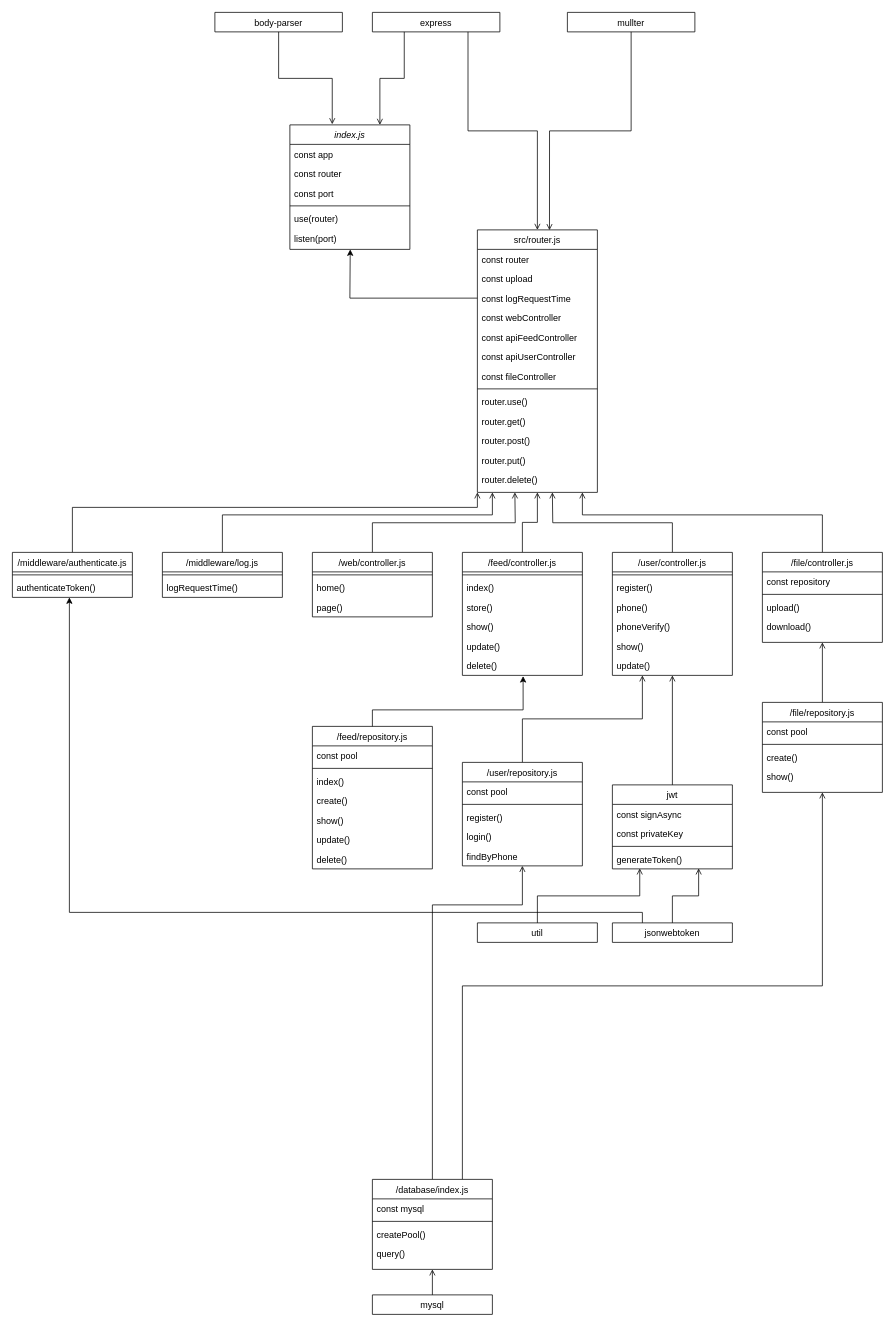
Above: carrot_server/diagram/carrot_backend_server.drawio in seungiloh5/tutorial_fullstack_dev (draw.io), before the change. Source tidied: cells renumbered, new cells numbered last; positions are measured from the earlier drawing's top-left corner, leaving out a move shared by most shapes. Both pictures are drawn from the tidied source at 75%, with x=0, y=0 at pixel (12, 12).
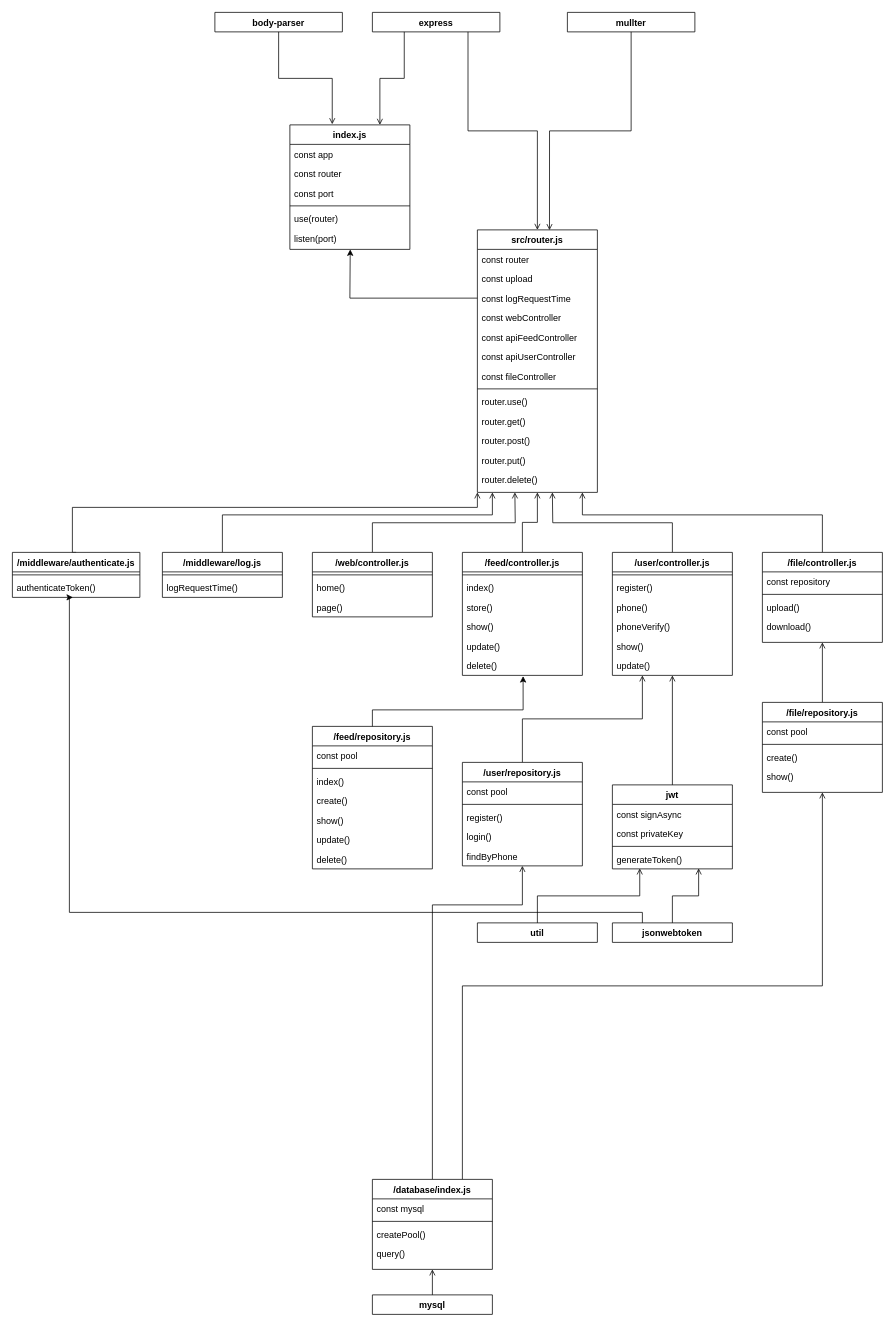
Above is the later version.

Change to the diagram source:
```diff
@@
-    <mxCell id="2" value="index.js" style="swimlane;fontStyle=2;align=center;verticalAlign=top;horizontal=1;startSize=26;rounded=0;shadow=0;strokeWidth=1;" parent="1" vertex="1">
+    <mxCell id="2" value="index.js" style="swimlane;fontStyle=1;align=center;verticalAlign=top;horizontal=1;startSize=26;rounded=0;shadow=0;strokeWidth=1;" parent="1" vertex="1">
       <mxGeometry x="370" y="150" width="160" height="166" as="geometry" />
     </mxCell>
@@
-    <mxCell id="10" value="/web/controller.js" style="swimlane;fontStyle=0;align=center;verticalAlign=top;horizontal=1;startSize=26;rounded=0;shadow=0;strokeWidth=1;" parent="1" vertex="1">
+    <mxCell id="10" value="/web/controller.js" style="swimlane;fontStyle=1;align=center;verticalAlign=top;horizontal=1;startSize=26;rounded=0;shadow=0;strokeWidth=1;" parent="1" vertex="1">
       <mxGeometry x="400" y="720" width="160" height="86" as="geometry" />
     </mxCell>
@@
-    <mxCell id="14" value="src/router.js" style="swimlane;fontStyle=0;align=center;verticalAlign=top;horizontal=1;startSize=26;rounded=0;shadow=0;strokeWidth=1;" parent="1" vertex="1">
+    <mxCell id="14" value="src/router.js" style="swimlane;fontStyle=1;align=center;verticalAlign=top;horizontal=1;startSize=26;rounded=0;shadow=0;strokeWidth=1;" parent="1" vertex="1">
       <mxGeometry x="620" y="290" width="160" height="350" as="geometry" />
     </mxCell>
@@
-    <mxCell id="28" value="express" style="swimlane;fontStyle=0;align=center;verticalAlign=top;horizontal=1;startSize=26;rounded=0;shadow=0;strokeWidth=1;" parent="1" vertex="1" collapsed="1">
+    <mxCell id="28" value="express" style="swimlane;fontStyle=1;align=center;verticalAlign=top;horizontal=1;startSize=26;rounded=0;shadow=0;strokeWidth=1;" parent="1" vertex="1" collapsed="1">
       <mxGeometry x="480" width="170" height="26" as="geometry" />
     </mxCell>
-    <mxCell id="29" value="body-parser" style="swimlane;fontStyle=0;align=center;verticalAlign=top;horizontal=1;startSize=26;rounded=0;shadow=0;strokeWidth=1;" parent="1" vertex="1" collapsed="1">
+    <mxCell id="29" value="body-parser" style="swimlane;fontStyle=1;align=center;verticalAlign=top;horizontal=1;startSize=26;rounded=0;shadow=0;strokeWidth=1;" parent="1" vertex="1" collapsed="1">
       <mxGeometry x="270" width="170" height="26" as="geometry" />
     </mxCell>
@@
-    <mxCell id="35" value="/feed/controller.js" style="swimlane;fontStyle=0;align=center;verticalAlign=top;horizontal=1;startSize=26;rounded=0;shadow=0;strokeWidth=1;" parent="1" vertex="1">
+    <mxCell id="35" value="/feed/controller.js" style="swimlane;fontStyle=1;align=center;verticalAlign=top;horizontal=1;startSize=26;rounded=0;shadow=0;strokeWidth=1;" parent="1" vertex="1">
       <mxGeometry x="600" y="720" width="160" height="164" as="geometry" />
     </mxCell>
@@
-    <mxCell id="43" value="/user/controller.js" style="swimlane;fontStyle=0;align=center;verticalAlign=top;horizontal=1;startSize=26;rounded=0;shadow=0;strokeWidth=1;" parent="1" vertex="1">
+    <mxCell id="43" value="/user/controller.js" style="swimlane;fontStyle=1;align=center;verticalAlign=top;horizontal=1;startSize=26;rounded=0;shadow=0;strokeWidth=1;" parent="1" vertex="1">
       <mxGeometry x="800" y="720" width="160" height="164" as="geometry" />
     </mxCell>
@@
-    <mxCell id="51" value="/file/controller.js" style="swimlane;fontStyle=0;align=center;verticalAlign=top;horizontal=1;startSize=26;rounded=0;shadow=0;strokeWidth=1;" parent="1" vertex="1">
+    <mxCell id="51" value="/file/controller.js" style="swimlane;fontStyle=1;align=center;verticalAlign=top;horizontal=1;startSize=26;rounded=0;shadow=0;strokeWidth=1;" parent="1" vertex="1">
       <mxGeometry x="1000" y="720" width="160" height="120" as="geometry" />
     </mxCell>
@@
-    <mxCell id="57" value="/file/repository.js" style="swimlane;fontStyle=0;align=center;verticalAlign=top;horizontal=1;startSize=26;rounded=0;shadow=0;strokeWidth=1;" parent="1" vertex="1">
+    <mxCell id="57" value="/file/repository.js" style="swimlane;fontStyle=1;align=center;verticalAlign=top;horizontal=1;startSize=26;rounded=0;shadow=0;strokeWidth=1;" parent="1" vertex="1">
       <mxGeometry x="1000" y="920" width="160" height="120" as="geometry" />
     </mxCell>
@@
-    <mxCell id="64" value="/database/index.js" style="swimlane;fontStyle=0;align=center;verticalAlign=top;horizontal=1;startSize=26;rounded=0;shadow=0;strokeWidth=1;" parent="1" vertex="1">
+    <mxCell id="64" value="/database/index.js" style="swimlane;fontStyle=1;align=center;verticalAlign=top;horizontal=1;startSize=26;rounded=0;shadow=0;strokeWidth=1;" parent="1" vertex="1">
       <mxGeometry x="480" y="1556" width="160" height="120" as="geometry" />
     </mxCell>
@@
-    <mxCell id="70" value="/middleware/log.js" style="swimlane;fontStyle=0;align=center;verticalAlign=top;horizontal=1;startSize=26;rounded=0;shadow=0;strokeWidth=1;" parent="1" vertex="1">
+    <mxCell id="70" value="/middleware/log.js" style="swimlane;fontStyle=1;align=center;verticalAlign=top;horizontal=1;startSize=26;rounded=0;shadow=0;strokeWidth=1;" parent="1" vertex="1">
       <mxGeometry x="200" y="720" width="160" height="60" as="geometry" />
     </mxCell>
@@
-    <mxCell id="73" value="mullter" style="swimlane;fontStyle=0;align=center;verticalAlign=top;horizontal=1;startSize=26;rounded=0;shadow=0;strokeWidth=1;" parent="1" vertex="1" collapsed="1">
+    <mxCell id="73" value="mullter" style="swimlane;fontStyle=1;align=center;verticalAlign=top;horizontal=1;startSize=26;rounded=0;shadow=0;strokeWidth=1;" parent="1" vertex="1" collapsed="1">
       <mxGeometry x="740" width="170" height="26" as="geometry" />
     </mxCell>
@@
-    <mxCell id="75" value="jwt" style="swimlane;fontStyle=0;align=center;verticalAlign=top;horizontal=1;startSize=26;rounded=0;shadow=0;strokeWidth=1;" parent="1" vertex="1">
+    <mxCell id="75" value="jwt" style="swimlane;fontStyle=1;align=center;verticalAlign=top;horizontal=1;startSize=26;rounded=0;shadow=0;strokeWidth=1;" parent="1" vertex="1">
       <mxGeometry x="800" y="1030" width="160" height="112" as="geometry" />
     </mxCell>
@@
-    <mxCell id="82" value="mysql" style="swimlane;fontStyle=0;align=center;verticalAlign=top;horizontal=1;startSize=26;rounded=0;shadow=0;strokeWidth=1;" parent="1" vertex="1" collapsed="1">
+    <mxCell id="82" value="mysql" style="swimlane;fontStyle=1;align=center;verticalAlign=top;horizontal=1;startSize=26;rounded=0;shadow=0;strokeWidth=1;" parent="1" vertex="1" collapsed="1">
       <mxGeometry x="480" y="1710" width="160" height="26" as="geometry" />
     </mxCell>
-    <mxCell id="83" value="jsonwebtoken" style="swimlane;fontStyle=0;align=center;verticalAlign=top;horizontal=1;startSize=26;rounded=0;shadow=0;strokeWidth=1;" parent="1" vertex="1" collapsed="1">
+    <mxCell id="83" value="jsonwebtoken" style="swimlane;fontStyle=1;align=center;verticalAlign=top;horizontal=1;startSize=26;rounded=0;shadow=0;strokeWidth=1;" parent="1" vertex="1" collapsed="1">
       <mxGeometry x="800" y="1214" width="160" height="26" as="geometry" />
     </mxCell>
-    <mxCell id="84" value="util" style="swimlane;fontStyle=0;align=center;verticalAlign=top;horizontal=1;startSize=26;rounded=0;shadow=0;strokeWidth=1;" parent="1" vertex="1" collapsed="1">
+    <mxCell id="84" value="util" style="swimlane;fontStyle=1;align=center;verticalAlign=top;horizontal=1;startSize=26;rounded=0;shadow=0;strokeWidth=1;" parent="1" vertex="1" collapsed="1">
       <mxGeometry x="620" y="1214" width="160" height="26" as="geometry" />
     </mxCell>
@@
-    <mxCell id="88" value="/user/repository.js" style="swimlane;fontStyle=0;align=center;verticalAlign=top;horizontal=1;startSize=26;rounded=0;shadow=0;strokeWidth=1;" parent="1" vertex="1">
+    <mxCell id="88" value="/user/repository.js" style="swimlane;fontStyle=1;align=center;verticalAlign=top;horizontal=1;startSize=26;rounded=0;shadow=0;strokeWidth=1;" parent="1" vertex="1">
       <mxGeometry x="600" y="1000" width="160" height="138" as="geometry" />
     </mxCell>
@@
-    <mxCell id="95" value="/middleware/authenticate.js" style="swimlane;fontStyle=0;align=center;verticalAlign=top;horizontal=1;startSize=26;rounded=0;shadow=0;strokeWidth=1;" parent="1" vertex="1">
-      <mxGeometry y="720" width="160" height="60" as="geometry" />
+    <mxCell id="95" value="/middleware/authenticate.js" style="swimlane;fontStyle=1;align=center;verticalAlign=top;horizontal=1;startSize=26;rounded=0;shadow=0;strokeWidth=1;" parent="1" vertex="1">
+      <mxGeometry y="720" width="170" height="60" as="geometry" />
     </mxCell>
     <mxCell id="96" style="line;html=1;strokeWidth=1;align=left;verticalAlign=middle;spacingTop=-1;spacingLeft=3;spacingRight=3;labelPosition=right;" parent="95" vertex="1">
-      <mxGeometry y="26" width="160" height="8" as="geometry" />
+      <mxGeometry y="26" width="170" height="8" as="geometry" />
     </mxCell>
     <mxCell id="97" value="authenticateToken()" style="text;align=left;verticalAlign=top;spacingLeft=4;spacingRight=4;overflow=hidden;points=[[0,0.5],[1,0.5]];portConstraint=eastwest;" parent="95" vertex="1">
-      <mxGeometry y="34" width="160" height="26" as="geometry" />
+      <mxGeometry y="34" width="170" height="26" as="geometry" />
     </mxCell>
@@
-    <mxCell id="99" value="/feed/repository.js" style="swimlane;fontStyle=0;align=center;verticalAlign=top;horizontal=1;startSize=26;rounded=0;shadow=0;strokeWidth=1;" parent="1" vertex="1">
+    <mxCell id="99" value="/feed/repository.js" style="swimlane;fontStyle=1;align=center;verticalAlign=top;horizontal=1;startSize=26;rounded=0;shadow=0;strokeWidth=1;" parent="1" vertex="1">
       <mxGeometry x="400" y="952" width="160" height="190" as="geometry" />
     </mxCell>
```
